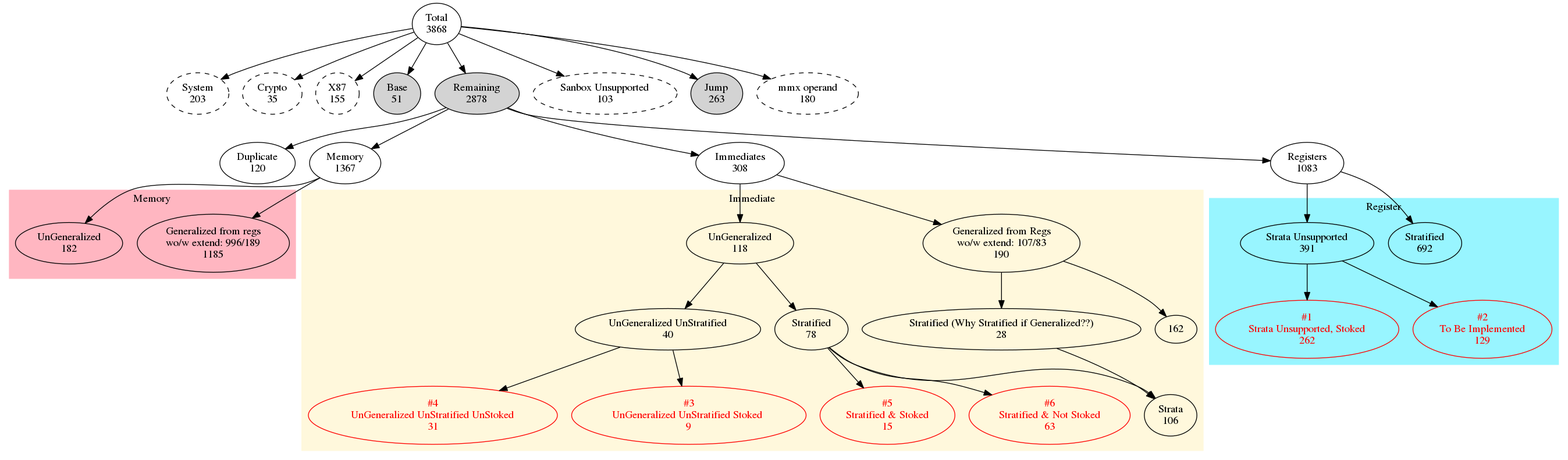
Above: docs/reports/insttruction_support_status.png in kframework/X86-64-semantics (Graphviz), before the change. Its source is kept beside it as docs/reports/insttruction_support_status.dot.
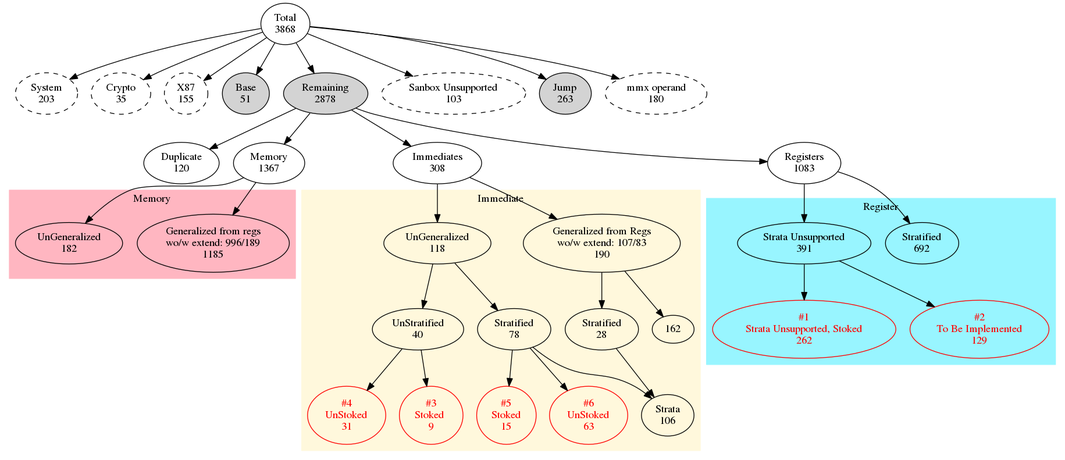
After the commit.

Change to the diagram source:
```diff
@@ -81,15 +81,15 @@
     color = cornsilk;
 
     G [label="Generalized from Regs\nwo/w extend: 107/83\n190"]
-    S1 [label="Stratified (Why Stratified if Generalized??)\n28"]
+    S1 [label="Stratified\n28"]
     S [label="Strata\n106"]
     UG [label="UnGeneralized\n118"]
-    UGUS [label="UnGeneralized UnStratified\n40"]
+    UGUS [label="UnStratified\n40"]
     S2 [label="Stratified\n78"]
-    UGUSS [fontcolor=red; color=red; label="#3\nUnGeneralized UnStratified Stoked \n9"]
-    UGUSUS [fontcolor=red; color=red; label="#4\nUnGeneralized UnStratified UnStoked\n31"]
-    S2_STOKED [fontcolor=red; color=red; label="#5\nStratified & Stoked\n15"]
-    S2_UNSTOKED [fontcolor=red; color=red; label="#6\nStratified & Not Stoked\n63"]
+    UGUSS [fontcolor=red; color=red; label="#3\nStoked \n9"]
+    UGUSUS [fontcolor=red; color=red; label="#4\nUnStoked\n31"]
+    S2_STOKED [fontcolor=red; color=red; label="#5\nStoked\n15"]
+    S2_UNSTOKED [fontcolor=red; color=red; label="#6\nUnStoked\n63"]
 
     IMMS -> G
     IMMS -> UG
```
